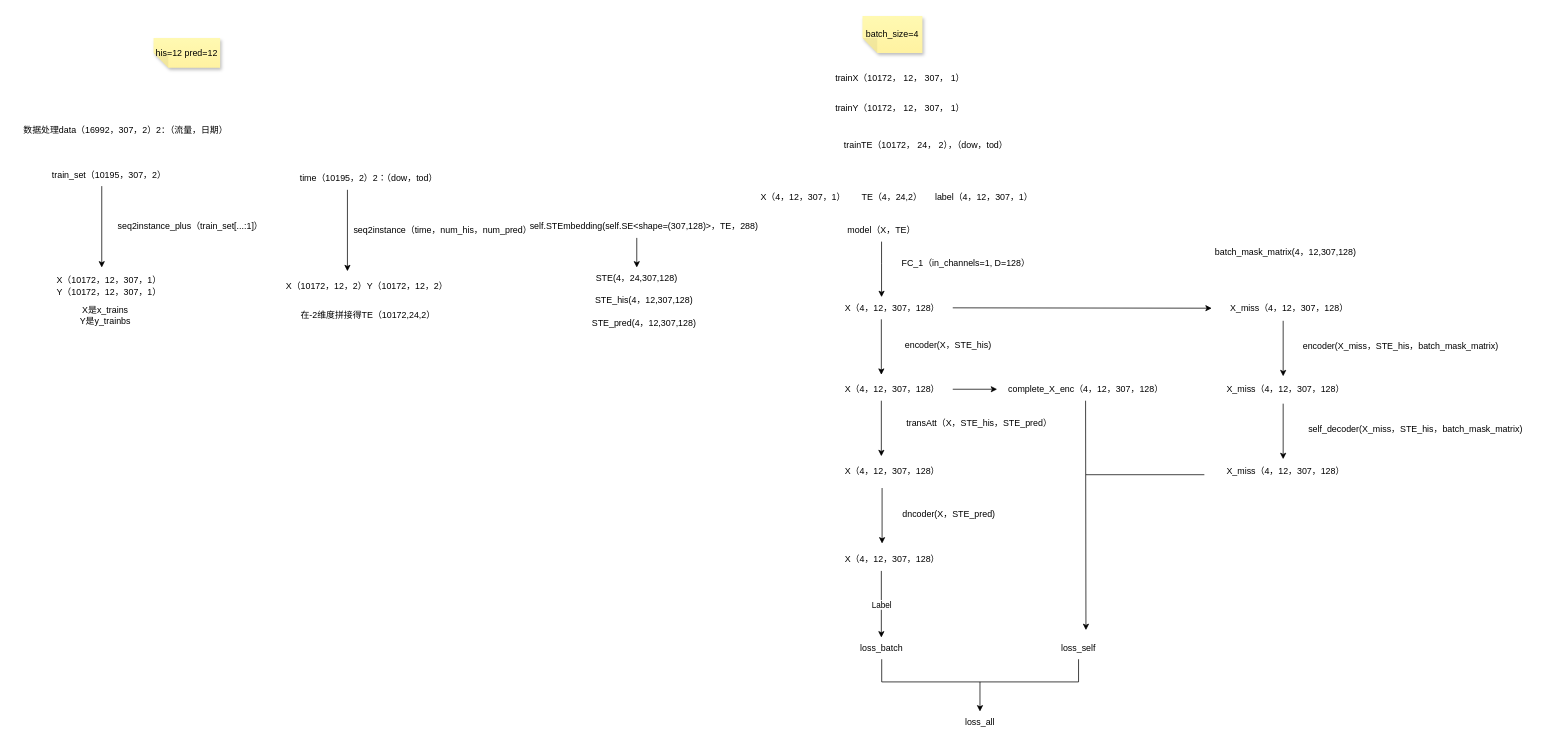
Above: SSTBAN/SSTBAN.drawio in turmony/ModelInfo (draw.io), before the change. Source tidied: cells renumbered, new cells numbered last; positions are measured from the earlier drawing's top-left corner, leaving out a move shared by most shapes. Both pictures are drawn from the tidied source at 74%, with x=0, y=0 at pixel (13, 16).
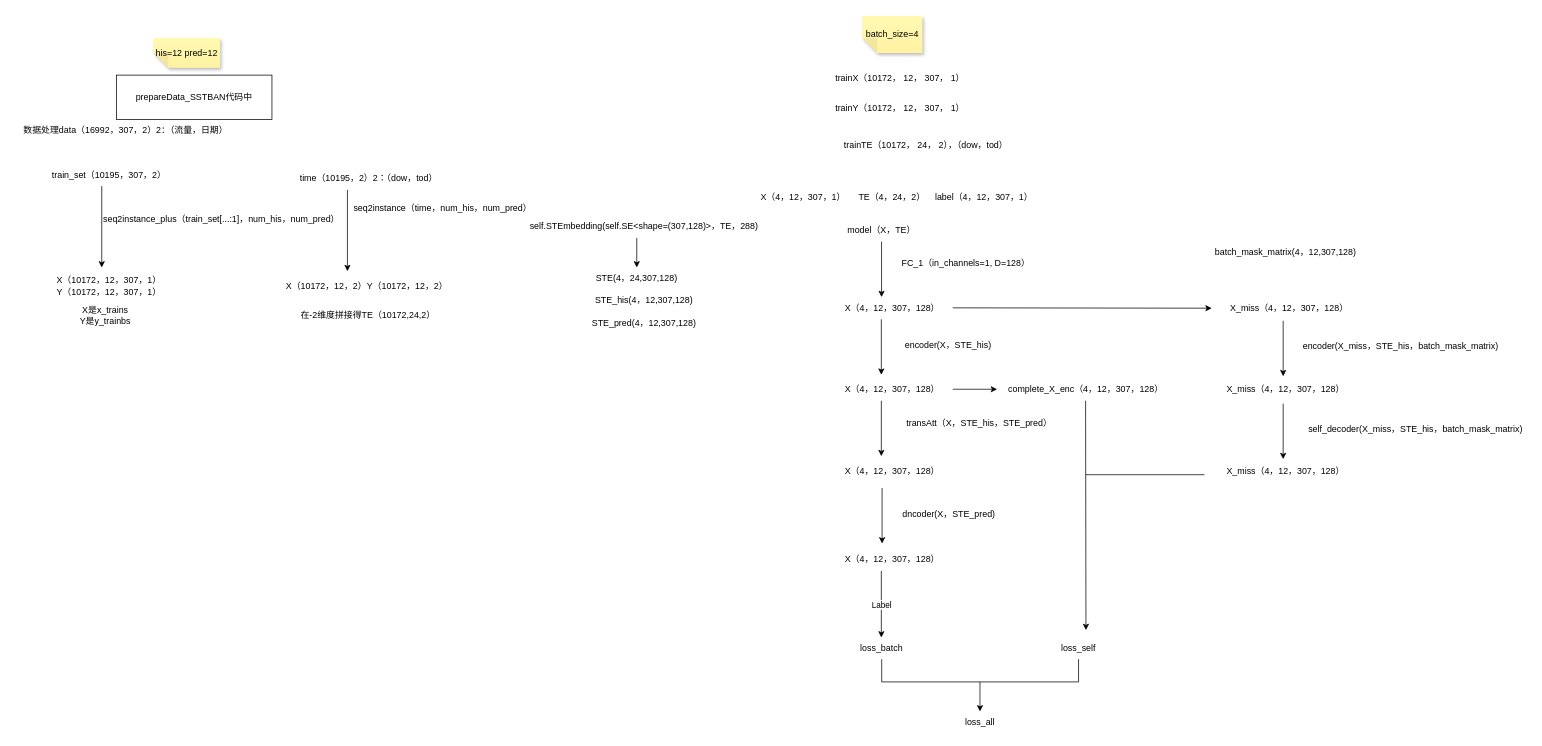
The same diagram, later.

What changed in the source:
```diff
@@
-    <mxCell id="9" value="seq2instance_plus（train_set[...:1]）" style="text;strokeColor=none;align=center;fillColor=none;html=1;verticalAlign=middle;whiteSpace=wrap;rounded=0;" parent="1" vertex="1">
-      <mxGeometry x="120" y="270" width="240" height="30" as="geometry" />
+    <mxCell id="9" value="seq2instance_plus（train_set[...:1]，num_his，num_pred）" style="text;strokeColor=none;align=center;fillColor=none;html=1;verticalAlign=middle;whiteSpace=wrap;rounded=0;" parent="1" vertex="1">
+      <mxGeometry x="112" y="260" width="340" height="30" as="geometry" />
     </mxCell>
@@
     <mxCell id="13" value="seq2instance（time，num_his，num_pred）" style="text;strokeColor=none;align=center;fillColor=none;html=1;verticalAlign=middle;whiteSpace=wrap;rounded=0;" parent="1" vertex="1">
-      <mxGeometry x="452" y="275" width="258" height="30" as="geometry" />
+      <mxGeometry x="452" y="245" width="258" height="30" as="geometry" />
     </mxCell>
@@
-    <mxCell id="19" value="TE（4，24,2）" style="text;strokeColor=none;align=center;fillColor=none;html=1;verticalAlign=middle;whiteSpace=wrap;rounded=0;" parent="1" vertex="1">
+    <mxCell id="19" value="TE（4，24，2）" style="text;strokeColor=none;align=center;fillColor=none;html=1;verticalAlign=middle;whiteSpace=wrap;rounded=0;" parent="1" vertex="1">
       <mxGeometry x="1128" y="230" width="120" height="30" as="geometry" />
     </mxCell>
@@
+    <mxCell id="59" value="prepareData_SSTBAN代码中" style="rounded=0;whiteSpace=wrap;html=1;" parent="1" vertex="1">
+      <mxGeometry x="140" y="80" width="210" height="60" as="geometry" />
+    </mxCell>
```
